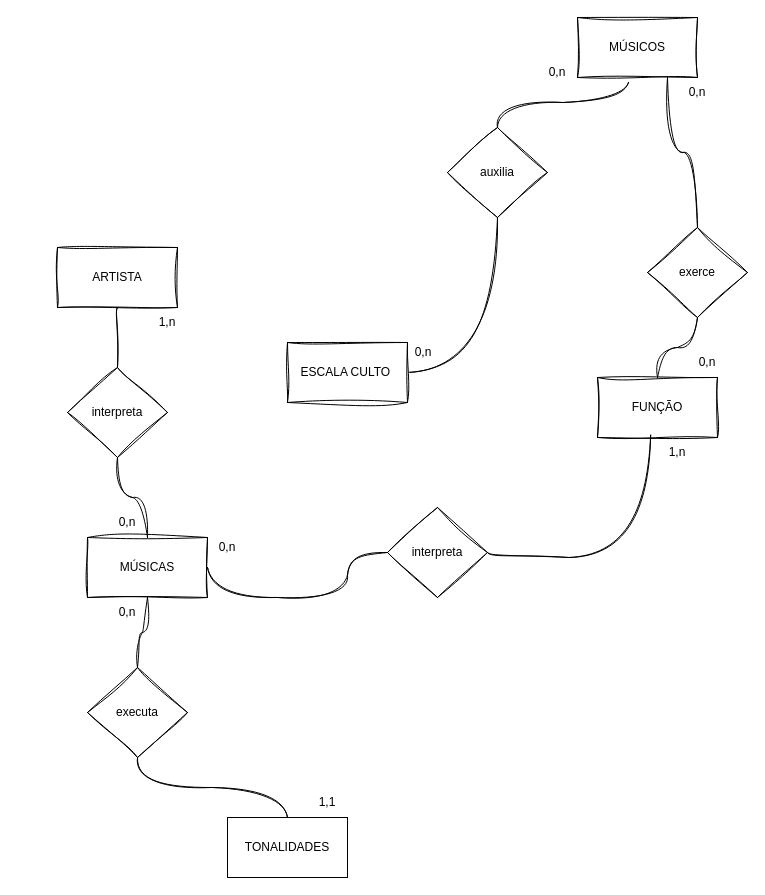
Above: modelo_entidade_relacionamento.drawio in gabriel-txt/EscalaCanto (draw.io), before the change. Source tidied: cells renumbered, new cells numbered last; positions are measured from the earlier drawing's top-left corner, leaving out a move shared by most shapes. Both pictures are drawn from the tidied source at 100%, with x=0, y=0 at pixel (57, 17).
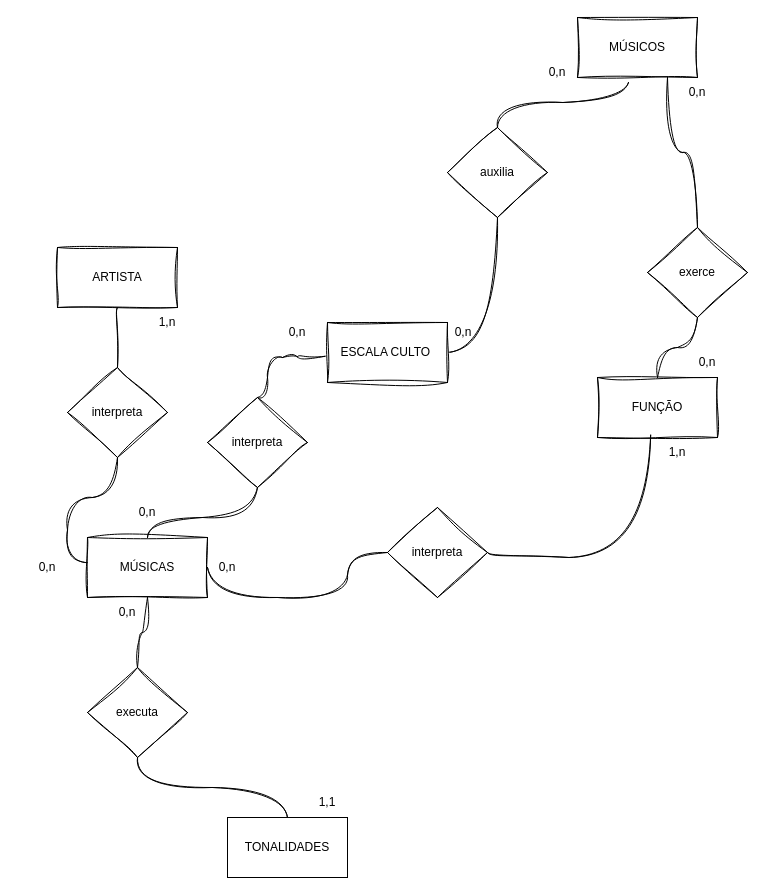
The same diagram, later.

Unchanged cells that the change refers to:
```xml
<mxCell id="2" value="MÚSICAS" style="rounded=0;whiteSpace=wrap;html=1;sketch=1;curveFitting=1;jiggle=2;" parent="1" vertex="1">
  <mxGeometry x="30" y="520" width="120" height="60" as="geometry" />
</mxCell>
<mxCell id="19" value="interpreta" style="rhombus;whiteSpace=wrap;html=1;sketch=1;curveFitting=1;jiggle=2;" parent="1" vertex="1">
  <mxGeometry x="10" y="350" width="100" height="90" as="geometry" />
</mxCell>
<mxCell id="22" value="ESCALA CULTO&amp;nbsp;" style="rounded=0;whiteSpace=wrap;html=1;sketch=1;curveFitting=1;jiggle=2;" parent="21" vertex="1">
  <mxGeometry y="5" width="120" height="60" as="geometry" />
</mxCell>
```

What changed in the source:
```diff
@@
     <mxCell id="21" style="group;" parent="1" vertex="1">
-      <mxGeometry x="230" y="320" width="166" height="65" as="geometry" />
+      <mxGeometry x="270" y="300" width="166" height="65" as="geometry" />
     </mxCell>
@@
     <mxCell id="25" style="group;" parent="1" vertex="1">
-      <mxGeometry x="40" y="490" width="60" height="30" as="geometry" />
+      <mxGeometry x="-40" y="535" width="60" height="30" as="geometry" />
     </mxCell>
-    <mxCell id="26" style="edgeStyle=orthogonalEdgeStyle;rounded=0;jettySize=auto;html=1;exitX=0.5;exitY=1;exitDx=0;exitDy=0;sketch=1;curveFitting=1;jiggle=2;curved=1;endArrow=none;startFill=0;entryX=0.5;entryY=0;entryDx=0;entryDy=0;" parent="25" edge="1" source="19" target="2">
+    <mxCell id="26" style="edgeStyle=orthogonalEdgeStyle;rounded=0;jettySize=auto;html=1;exitX=0.5;exitY=1;exitDx=0;exitDy=0;sketch=1;curveFitting=1;jiggle=2;curved=1;endArrow=none;startFill=0;entryX=-0.003;entryY=0.42;entryDx=0;entryDy=0;entryPerimeter=0;" parent="25" edge="1" source="19" target="2">
       <mxGeometry relative="1" as="geometry" />
     </mxCell>
@@
     <mxCell id="34" value="0,n" style="text;html=1;align=center;verticalAlign=middle;whiteSpace=wrap;rounded=0;" parent="1" vertex="1">
-      <mxGeometry x="140" y="515" width="60" height="30" as="geometry" />
+      <mxGeometry x="140" y="535" width="60" height="30" as="geometry" />
     </mxCell>
@@
+    <mxCell id="36" value="interpreta" style="rhombus;whiteSpace=wrap;html=1;sketch=1;curveFitting=1;jiggle=2;" parent="1" vertex="1">
+      <mxGeometry x="150" y="380" width="100" height="90" as="geometry" />
+    </mxCell>
+    <mxCell id="37" style="edgeStyle=orthogonalEdgeStyle;rounded=0;jettySize=auto;html=1;sketch=1;curveFitting=1;jiggle=2;curved=1;endArrow=none;startFill=0;exitX=-0.02;exitY=0.563;exitDx=0;exitDy=0;exitPerimeter=0;entryX=0.5;entryY=0;entryDx=0;entryDy=0;" parent="1" edge="1" source="22" target="36">
+      <mxGeometry relative="1" as="geometry">
+        <Array as="points">
+          <mxPoint x="240" y="339" />
+          <mxPoint x="240" y="340" />
+          <mxPoint x="210" y="340" />
+          <mxPoint x="210" y="380" />
+        </Array>
+      </mxGeometry>
+    </mxCell>
+    <mxCell id="38" style="edgeStyle=orthogonalEdgeStyle;rounded=0;jettySize=auto;html=1;sketch=1;curveFitting=1;jiggle=2;curved=1;endArrow=none;startFill=0;entryX=0.5;entryY=0;entryDx=0;entryDy=0;exitX=0.5;exitY=1;exitDx=0;exitDy=0;" parent="1" edge="1" source="36" target="2">
+      <mxGeometry relative="1" as="geometry">
+        <Array as="points">
+          <mxPoint x="200" y="500" />
+          <mxPoint x="90" y="500" />
+        </Array>
+      </mxGeometry>
+    </mxCell>
+    <mxCell id="39" value="0,n" style="text;html=1;align=center;verticalAlign=middle;whiteSpace=wrap;rounded=0;" parent="1" vertex="1">
+      <mxGeometry x="60" y="480" width="60" height="30" as="geometry" />
+    </mxCell>
+    <mxCell id="40" value="0,n" style="text;html=1;align=center;verticalAlign=middle;whiteSpace=wrap;rounded=0;" parent="1" vertex="1">
+      <mxGeometry x="210" y="300" width="60" height="30" as="geometry" />
+    </mxCell>
```
